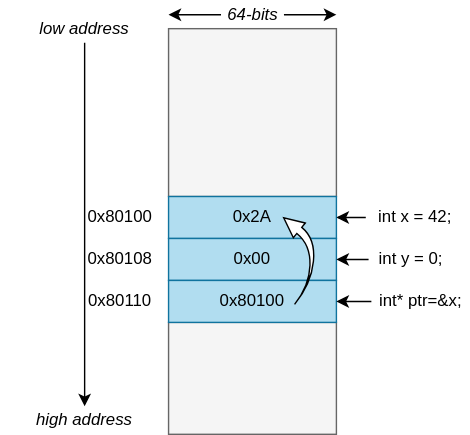
Earlier version of the draw.io export svg/ptr-mem-first-run.svg (alexiscabana/mse_thesis). Source tidied: cells renumbered, new cells last; positions are measured from the earlier drawing's top-left corner, leaving out a move shared by most shapes.
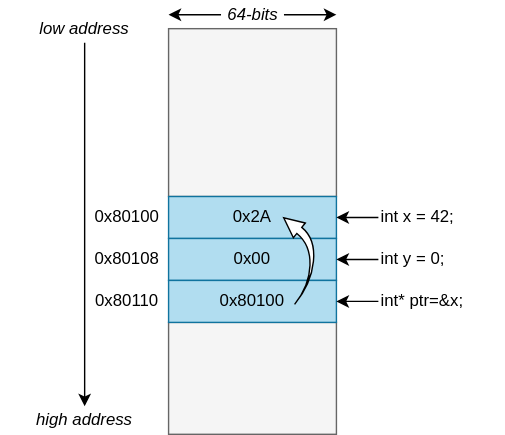
Later version of the same file.

The edit, as a diff of the source:
```diff
@@ -32,13 +32,13 @@
       <mxGeometry x="120" y="200" width="120" height="30" as="geometry" />
     </mxCell>
     <mxCell id="11" value="0x80108" style="text;html=1;align=center;verticalAlign=middle;" parent="1" vertex="1">
-      <mxGeometry x="55" y="175" width="60" height="20" as="geometry" />
+      <mxGeometry x="60" y="175" width="60" height="20" as="geometry" />
     </mxCell>
     <mxCell id="12" value="0x80100" style="text;html=1;align=center;verticalAlign=middle;" parent="1" vertex="1">
-      <mxGeometry x="55" y="145" width="60" height="20" as="geometry" />
+      <mxGeometry x="60" y="145" width="60" height="20" as="geometry" />
     </mxCell>
     <mxCell id="13" value="0x80110" style="text;html=1;align=center;verticalAlign=middle;" parent="1" vertex="1">
-      <mxGeometry x="55" y="205" width="60" height="20" as="geometry" />
+      <mxGeometry x="60" y="205" width="60" height="20" as="geometry" />
     </mxCell>
     <mxCell id="14" value="64-bits" style="text;html=1;strokeColor=none;fillColor=none;align=center;verticalAlign=middle;whiteSpace=wrap;rounded=0;fontStyle=2;" parent="1" vertex="1">
       <mxGeometry x="157.5" width="45" height="20" as="geometry" />
@@ -51,26 +51,26 @@
     <mxCell id="16" style="endArrow=classic;html=1;exitX=0;exitY=0.5;exitDx=0;exitDy=0;entryX=1;entryY=0;entryDx=0;entryDy=0;" parent="1" edge="1" source="14" target="3">
       <mxGeometry relative="1" as="geometry" />
     </mxCell>
-    <mxCell id="17" style="edgeStyle=orthogonalEdgeStyle;rounded=0;jettySize=auto;html=1;entryX=1;entryY=0.5;entryDx=0;entryDy=0;" parent="1" edge="1" source="18" target="8">
+    <mxCell id="17" style="edgeStyle=orthogonalEdgeStyle;rounded=0;jettySize=auto;html=1;entryX=1;entryY=0.5;entryDx=0;entryDy=0;exitX=0;exitY=0.5;exitDx=0;exitDy=0;" parent="1" edge="1" source="18" target="8">
       <mxGeometry relative="1" as="geometry" />
     </mxCell>
+    <mxCell id="19" style="edgeStyle=orthogonalEdgeStyle;rounded=0;jettySize=auto;html=1;entryX=1;entryY=0.5;entryDx=0;entryDy=0;exitX=0;exitY=0.5;exitDx=0;exitDy=0;" parent="1" edge="1" source="20" target="9">
+      <mxGeometry relative="1" as="geometry" />
+    </mxCell>
+    <mxCell id="21" style="edgeStyle=orthogonalEdgeStyle;rounded=0;jettySize=auto;html=1;entryX=1;entryY=0.5;entryDx=0;entryDy=0;exitX=0;exitY=0.5;exitDx=0;exitDy=0;" parent="1" edge="1" source="22" target="10">
+      <mxGeometry relative="1" as="geometry" />
+    </mxCell>
+    <mxCell id="23" style="html=1;shadow=0;dashed=0;align=center;verticalAlign=middle;shape=mxgraph.arrows2.jumpInArrow;dy=2.78;dx=14.36;arrowHead=13.53;flipH=1;rotation=39;" parent="1" vertex="1">
+      <mxGeometry x="185.8" y="158.5" width="45" height="50" as="geometry" />
+    </mxCell>
-    <mxCell id="18" value="int x = 42;" style="text;html=1;align=center;verticalAlign=middle;points=[];" parent="1" vertex="1">
-      <mxGeometry x="261" y="145" width="70" height="20" as="geometry" />
+    <mxCell id="18" value="int x = 42;" style="text;html=1;strokeColor=none;fillColor=none;align=left;verticalAlign=middle;whiteSpace=wrap;rounded=0;" parent="1" vertex="1">
+      <mxGeometry x="270" y="145" width="90" height="20" as="geometry" />
     </mxCell>
-    <mxCell id="19" style="edgeStyle=orthogonalEdgeStyle;rounded=0;jettySize=auto;html=1;entryX=1;entryY=0.5;entryDx=0;entryDy=0;" parent="1" edge="1" source="20" target="9">
-      <mxGeometry relative="1" as="geometry" />
-    </mxCell>
-    <mxCell id="20" value="int y = 0;" style="text;html=1;align=center;verticalAlign=middle;points=[];" parent="1" vertex="1">
-      <mxGeometry x="263" y="175" width="60" height="20" as="geometry" />
+    <mxCell id="20" value="int y = 0;" style="text;html=1;strokeColor=none;fillColor=none;align=left;verticalAlign=middle;whiteSpace=wrap;rounded=0;" parent="1" vertex="1">
+      <mxGeometry x="270" y="175" width="90" height="20" as="geometry" />
     </mxCell>
-    <mxCell id="21" style="edgeStyle=orthogonalEdgeStyle;rounded=0;jettySize=auto;html=1;entryX=1;entryY=0.5;entryDx=0;entryDy=0;" parent="1" edge="1" source="22" target="10">
-      <mxGeometry relative="1" as="geometry" />
-    </mxCell>
-    <mxCell id="22" value="int* ptr=&amp;amp;x;" style="text;html=1;align=center;verticalAlign=middle;points=[];" parent="1" vertex="1">
-      <mxGeometry x="265" y="205" width="70" height="20" as="geometry" />
+    <mxCell id="22" value="int* ptr=&amp;amp;x;" style="text;html=1;strokeColor=none;fillColor=none;align=left;verticalAlign=middle;whiteSpace=wrap;rounded=0;" parent="1" vertex="1">
+      <mxGeometry x="270" y="205" width="90" height="20" as="geometry" />
     </mxCell>
-    <mxCell id="23" style="html=1;shadow=0;dashed=0;align=center;verticalAlign=middle;shape=mxgraph.arrows2.jumpInArrow;dy=2.78;dx=14.36;arrowHead=13.53;flipH=1;rotation=39;" parent="1" vertex="1">
-      <mxGeometry x="185.8" y="158.5" width="45" height="50" as="geometry" />
-    </mxCell>
   </root>
 </mxGraphModel>
```
